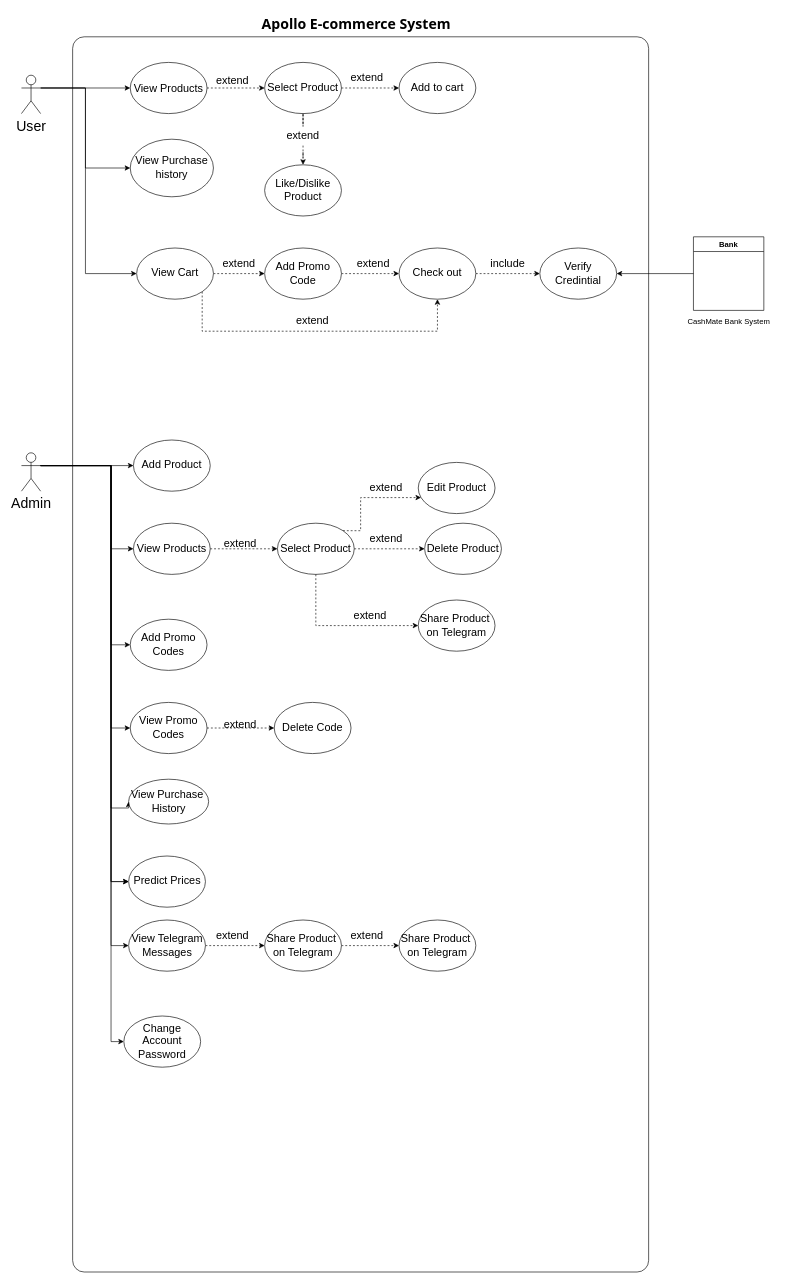
Above: Diagrams/Apollo UseCase .drawio in AhmadAboElzahab/Apollo (draw.io), before the change. Source tidied: cells renumbered, new cells numbered last; positions are measured from the earlier drawing's top-left corner, leaving out a move shared by most shapes. Both pictures are drawn from the tidied source at 64%, with x=0, y=0 at pixel (21, 11).
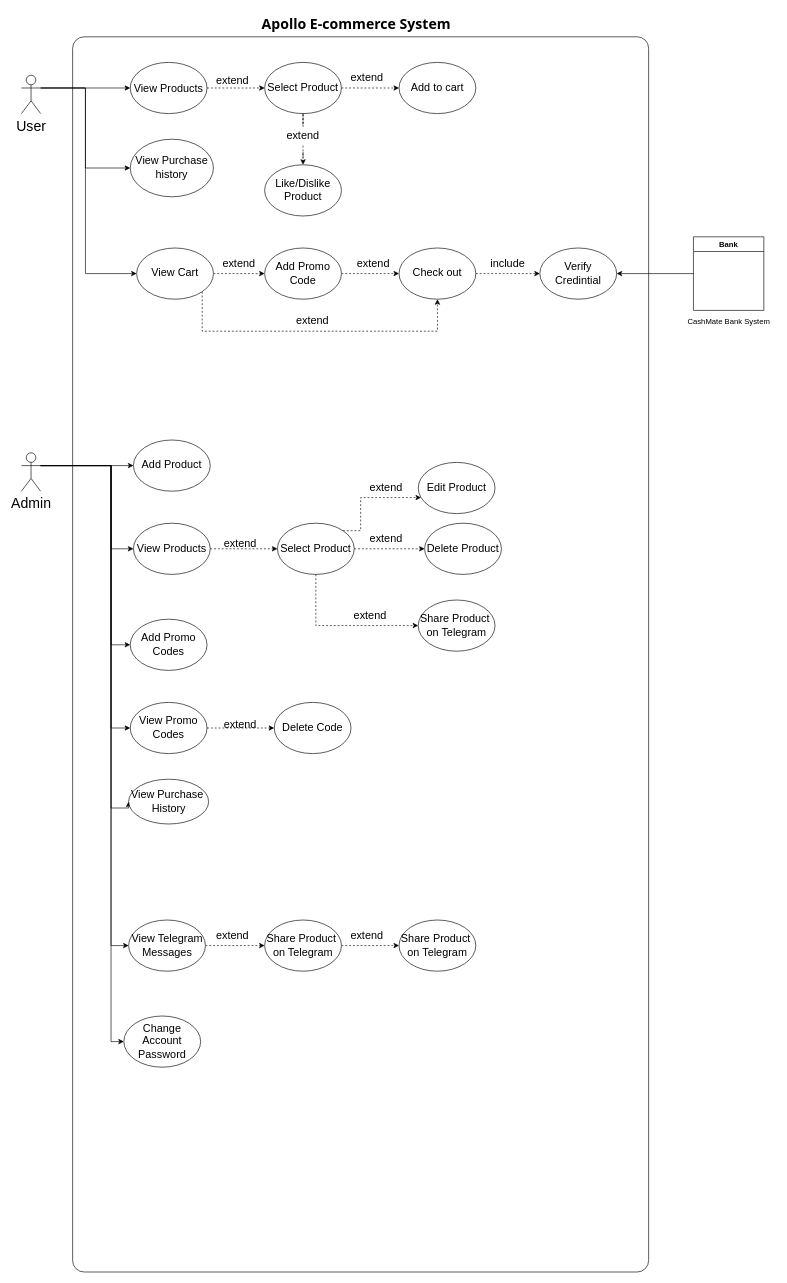
After the change.

The change refers to these unchanged cells:
```xml
<mxCell id="36" value="Admin" style="shape=umlActor;verticalLabelPosition=bottom;verticalAlign=top;html=1;outlineConnect=0;rounded=0;shadow=0;glass=0;labelBackgroundColor=none;sketch=0;fontSize=22;fontColor=#000000;fillColor=default;" parent="1" vertex="1">
  <mxGeometry y="690" width="30" height="60" as="geometry" />
</mxCell>
```

The edit, as a diff of the source:
```diff
@@
-    <mxCell id="35" style="edgeStyle=orthogonalEdgeStyle;rounded=0;jettySize=auto;html=1;exitX=1;exitY=0.3333333333333333;exitDx=0;exitDy=0;exitPerimeter=0;entryX=0;entryY=0.5;entryDx=0;entryDy=0;fontSize=17;fontColor=#000000;" parent="1" edge="1" source="36" target="54">
-      <mxGeometry relative="1" as="geometry">
-        <Array as="points">
-          <mxPoint x="140" y="710" />
-          <mxPoint x="140" y="1360" />
-        </Array>
-      </mxGeometry>
-    </mxCell>
@@
-    <mxCell id="54" value="Predict Prices" style="ellipse;whiteSpace=wrap;html=1;rounded=0;shadow=0;glass=0;labelBackgroundColor=none;sketch=0;fontSize=17;fontColor=#000000;fillColor=default;" parent="1" vertex="1">
-      <mxGeometry x="167.5" y="1320" width="120" height="80" as="geometry" />
-    </mxCell>
@@
-    <mxCell id="70" style="edgeStyle=orthogonalEdgeStyle;rounded=0;orthogonalLoop=1;jettySize=auto;html=1;exitX=1;exitY=0.3333333333333333;exitDx=0;exitDy=0;exitPerimeter=0;entryX=0;entryY=0.5;entryDx=0;entryDy=0;fontSize=17;fontColor=#000000;" parent="1" edge="1">
-      <mxGeometry relative="1" as="geometry">
-        <mxPoint x="30" y="710" as="sourcePoint" />
-        <mxPoint x="167.5" y="1360" as="targetPoint" />
-        <Array as="points">
-          <mxPoint x="140" y="710" />
-          <mxPoint x="140" y="1360" />
-        </Array>
-      </mxGeometry>
-    </mxCell>
```
